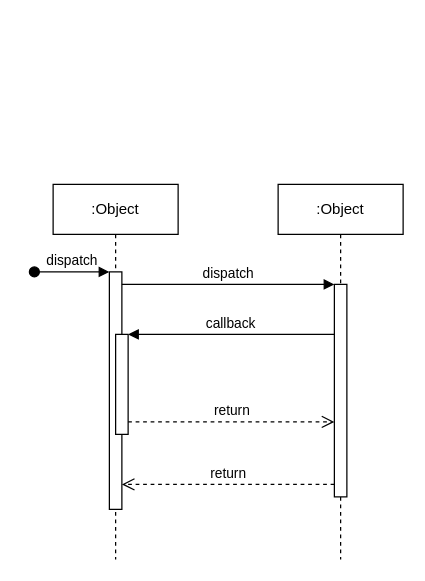
Above: misc/diagramas/Diagrama de Sequência/Diagrama de Sequência.drawio in VerbalThree/OpenVoice (draw.io), before the change. Source tidied: cells renumbered, new cells numbered last; positions are measured from the earlier drawing's top-left corner, leaving out a move shared by most shapes. Both pictures are drawn from the tidied source at 125%, with x=0, y=0 at pixel (34, 184).
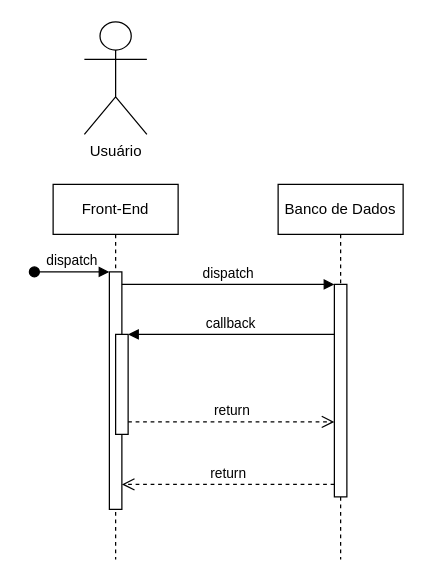
The same diagram, later.

What changed in the source:
```diff
@@
 <mxGraphModel>
   <root>
     <mxCell id="0" />
     <mxCell id="1" parent="0" />
-    <mxCell id="2" value=":Object" style="shape=umlLifeline;perimeter=lifelinePerimeter;whiteSpace=wrap;html=1;newEdgeStyle={&quot;edgeStyle&quot;:&quot;elbowEdgeStyle&quot;,&quot;elbow&quot;:&quot;vertical&quot;,&quot;curved&quot;:0,&quot;rounded&quot;:0};" parent="1" vertex="1">
+    <mxCell id="2" value="Front-End" style="shape=umlLifeline;perimeter=lifelinePerimeter;whiteSpace=wrap;html=1;newEdgeStyle={&quot;edgeStyle&quot;:&quot;elbowEdgeStyle&quot;,&quot;elbow&quot;:&quot;vertical&quot;,&quot;curved&quot;:0,&quot;rounded&quot;:0};" parent="1" vertex="1">
       <mxGeometry x="15" width="100" height="300" as="geometry" />
     </mxCell>
     <mxCell id="3" style="html=1;points=[];perimeter=orthogonalPerimeter;outlineConnect=0;targetShapes=umlLifeline;portConstraint=eastwest;newEdgeStyle={&quot;edgeStyle&quot;:&quot;elbowEdgeStyle&quot;,&quot;elbow&quot;:&quot;vertical&quot;,&quot;curved&quot;:0,&quot;rounded&quot;:0};" parent="2" vertex="1">
       <mxGeometry x="45" y="70" width="10" height="190" as="geometry" />
     </mxCell>
     <mxCell id="4" value="dispatch" style="html=1;verticalAlign=bottom;startArrow=oval;endArrow=block;startSize=8;edgeStyle=elbowEdgeStyle;elbow=vertical;curved=0;rounded=0;" parent="2" edge="1" target="3">
       <mxGeometry relative="1" as="geometry">
         <mxPoint x="-15" y="70" as="sourcePoint" />
       </mxGeometry>
     </mxCell>
     <mxCell id="5" style="html=1;points=[];perimeter=orthogonalPerimeter;outlineConnect=0;targetShapes=umlLifeline;portConstraint=eastwest;newEdgeStyle={&quot;edgeStyle&quot;:&quot;elbowEdgeStyle&quot;,&quot;elbow&quot;:&quot;vertical&quot;,&quot;curved&quot;:0,&quot;rounded&quot;:0};" parent="2" vertex="1">
       <mxGeometry x="50" y="120" width="10" height="80" as="geometry" />
     </mxCell>
-    <mxCell id="6" value=":Object" style="shape=umlLifeline;perimeter=lifelinePerimeter;whiteSpace=wrap;html=1;newEdgeStyle={&quot;edgeStyle&quot;:&quot;elbowEdgeStyle&quot;,&quot;elbow&quot;:&quot;vertical&quot;,&quot;curved&quot;:0,&quot;rounded&quot;:0};" parent="1" vertex="1">
+    <mxCell id="6" value="Banco de Dados" style="shape=umlLifeline;perimeter=lifelinePerimeter;whiteSpace=wrap;html=1;newEdgeStyle={&quot;edgeStyle&quot;:&quot;elbowEdgeStyle&quot;,&quot;elbow&quot;:&quot;vertical&quot;,&quot;curved&quot;:0,&quot;rounded&quot;:0};" parent="1" vertex="1">
       <mxGeometry x="195" width="100" height="300" as="geometry" />
     </mxCell>
     <mxCell id="7" style="html=1;points=[];perimeter=orthogonalPerimeter;outlineConnect=0;targetShapes=umlLifeline;portConstraint=eastwest;newEdgeStyle={&quot;edgeStyle&quot;:&quot;elbowEdgeStyle&quot;,&quot;elbow&quot;:&quot;vertical&quot;,&quot;curved&quot;:0,&quot;rounded&quot;:0};" parent="6" vertex="1">
       <mxGeometry x="45" y="80" width="10" height="170" as="geometry" />
     </mxCell>
     <mxCell id="8" value="dispatch" style="html=1;verticalAlign=bottom;endArrow=block;edgeStyle=elbowEdgeStyle;elbow=vertical;curved=0;rounded=0;" parent="1" edge="1" source="3" target="7">
       <mxGeometry relative="1" as="geometry">
         <Array as="points">
           <mxPoint x="155" y="80" />
         </Array>
       </mxGeometry>
     </mxCell>
     <mxCell id="9" value="return" style="html=1;verticalAlign=bottom;endArrow=open;dashed=1;endSize=8;edgeStyle=elbowEdgeStyle;elbow=vertical;curved=0;rounded=0;" parent="1" edge="1" source="7" target="3">
       <mxGeometry relative="1" as="geometry">
         <Array as="points">
           <mxPoint x="165" y="240" />
         </Array>
       </mxGeometry>
     </mxCell>
     <mxCell id="10" value="callback" style="html=1;verticalAlign=bottom;endArrow=block;edgeStyle=elbowEdgeStyle;elbow=vertical;curved=0;rounded=0;" parent="1" edge="1" source="7" target="5">
       <mxGeometry relative="1" as="geometry">
         <Array as="points">
           <mxPoint x="165" y="120" />
         </Array>
       </mxGeometry>
     </mxCell>
     <mxCell id="11" value="return" style="html=1;verticalAlign=bottom;endArrow=open;dashed=1;endSize=8;edgeStyle=elbowEdgeStyle;elbow=vertical;curved=0;rounded=0;" parent="1" edge="1" source="5" target="7">
       <mxGeometry relative="1" as="geometry">
         <Array as="points">
           <mxPoint x="155" y="190" />
         </Array>
       </mxGeometry>
     </mxCell>
+    <mxCell id="12" value="Usuário" style="shape=umlActor;verticalLabelPosition=bottom;verticalAlign=top;html=1;" parent="1" vertex="1">
+      <mxGeometry x="40" y="-130" width="50" height="90" as="geometry" />
+    </mxCell>
   </root>
 </mxGraphModel>
```
